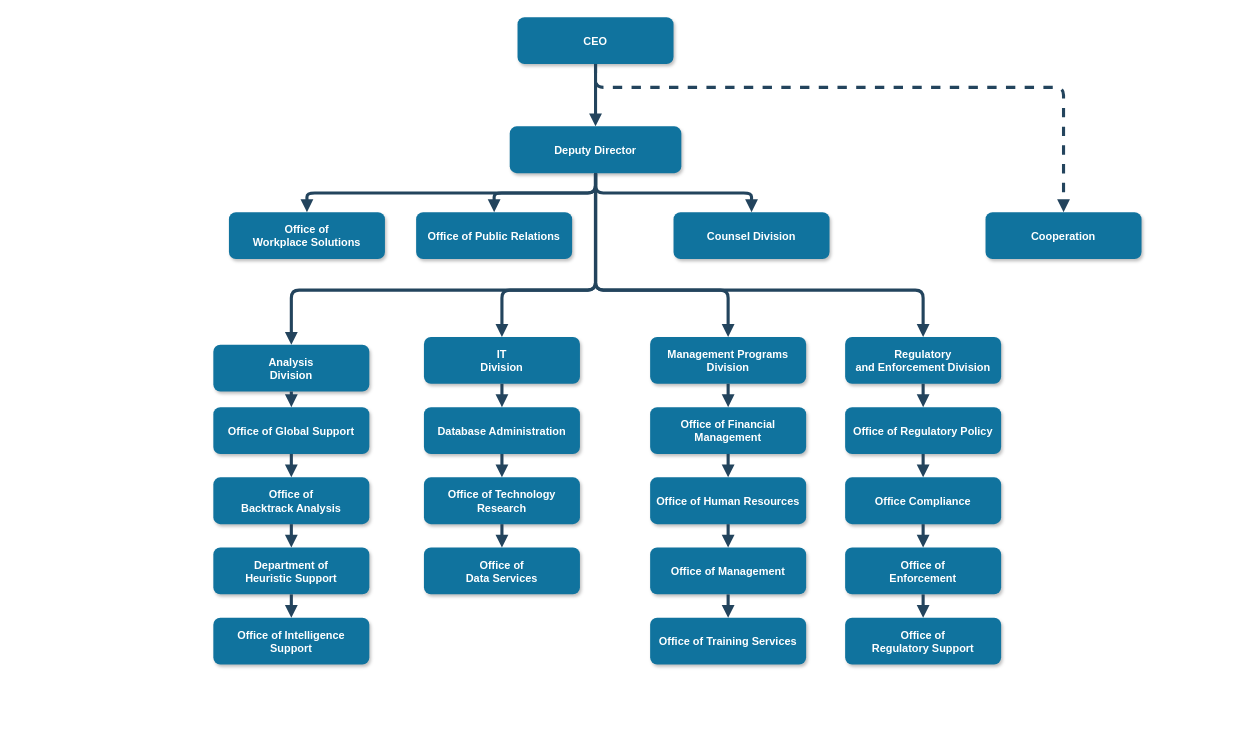
Before: UpdateSO.drawio in matheusschwertz/admin_AKS_azure, a draw.io diagram. Source tidied: cells renumbered, new cells numbered last; positions are measured from the earlier drawing's top-left corner, leaving out a move shared by most shapes. Both pictures are drawn from the tidied source at 78%, with x=0, y=0 at pixel (213, 17).
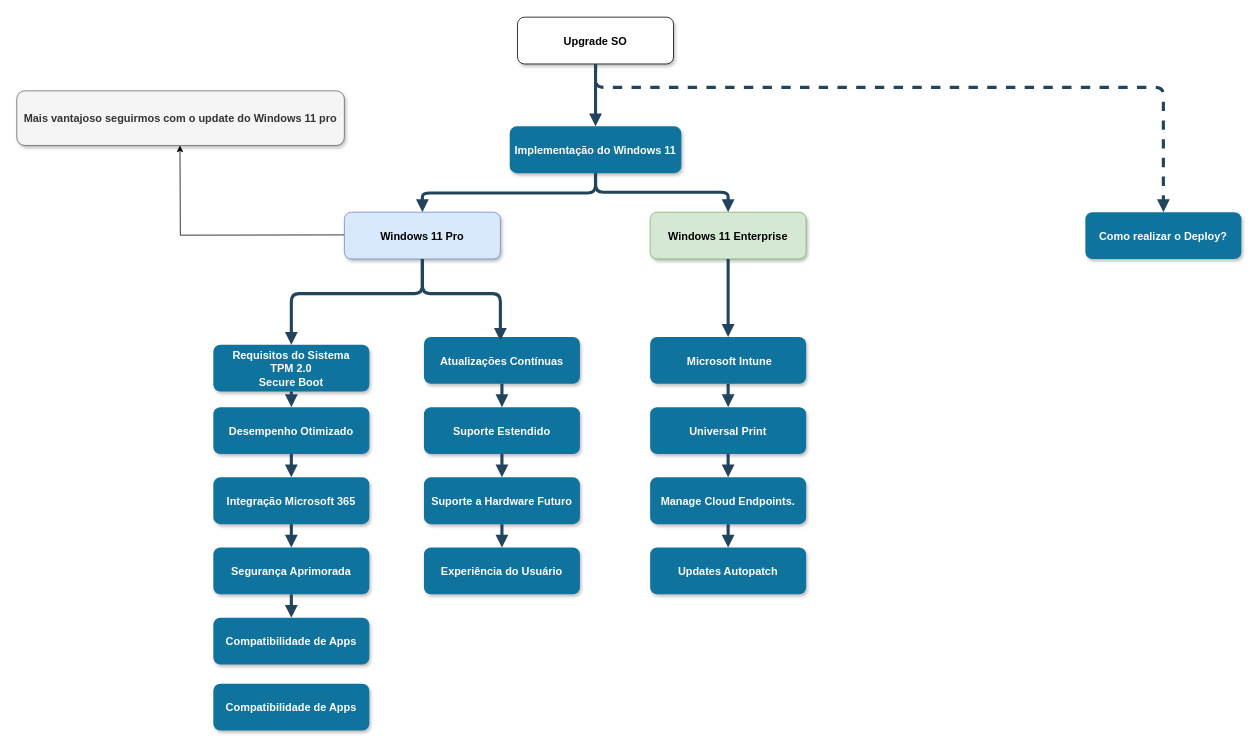
The same diagram, later.

Change to the diagram source:
```diff
@@
-    <mxCell id="2" value="CEO" style="rounded=1;fillColor=#10739E;strokeColor=none;shadow=1;gradientColor=none;fontStyle=1;fontColor=#FFFFFF;fontSize=14;" parent="1" vertex="1">
+    <mxCell id="2" value="Upgrade SO" style="rounded=1;shadow=1;fontStyle=1;fontSize=14;" parent="1" vertex="1">
       <mxGeometry x="390" y="-0.5" width="200" height="60" as="geometry" />
     </mxCell>
-    <mxCell id="3" value="Deputy Director" style="rounded=1;fillColor=#10739E;strokeColor=none;shadow=1;gradientColor=none;fontStyle=1;fontColor=#FFFFFF;fontSize=14;" parent="1" vertex="1">
+    <mxCell id="3" value="Implementação do Windows 11" style="rounded=1;fillColor=#10739E;strokeColor=none;shadow=1;gradientColor=none;fontStyle=1;fontColor=#FFFFFF;fontSize=14;" parent="1" vertex="1">
       <mxGeometry x="380" y="139.5" width="220" height="60" as="geometry" />
     </mxCell>
+    <mxCell id="51" style="edgeStyle=orthogonalEdgeStyle;rounded=0;orthogonalLoop=1;jettySize=auto;html=1;entryX=0.279;entryY=1.006;entryDx=0;entryDy=0;entryPerimeter=0;" parent="1" edge="1">
+      <mxGeometry relative="1" as="geometry">
+        <mxPoint x="270" y="278.5" as="sourcePoint" />
+        <mxPoint x="-42.8" y="164" as="targetPoint" />
+      </mxGeometry>
+    </mxCell>
-    <mxCell id="4" value="Office of &#10;Workplace Solutions" style="rounded=1;fillColor=#10739E;strokeColor=none;shadow=1;gradientColor=none;fontStyle=1;fontColor=#FFFFFF;fontSize=14;" parent="1" vertex="1">
-      <mxGeometry x="20" y="249.5" width="200" height="60" as="geometry" />
+    <mxCell id="4" value="Windows 11 Pro" style="rounded=1;fillColor=#dae8fc;strokeColor=#6c8ebf;shadow=1;fontStyle=1;fontSize=14;" parent="1" vertex="1">
+      <mxGeometry x="168" y="249.5" width="200" height="60" as="geometry" />
     </mxCell>
-    <mxCell id="5" value="Office of Public Relations" style="rounded=1;fillColor=#10739E;strokeColor=none;shadow=1;gradientColor=none;fontStyle=1;fontColor=#FFFFFF;fontSize=14;" parent="1" vertex="1">
-      <mxGeometry x="260" y="249.5" width="200" height="60" as="geometry" />
-    </mxCell>
-    <mxCell id="6" value="Counsel Division" style="rounded=1;fillColor=#10739E;strokeColor=none;shadow=1;gradientColor=none;fontStyle=1;fontColor=#FFFFFF;fontSize=14;" parent="1" vertex="1">
-      <mxGeometry x="590" y="249.5" width="200" height="60" as="geometry" />
+    <mxCell id="6" value="Windows 11 Enterprise" style="rounded=1;fillColor=#d5e8d4;strokeColor=#82b366;shadow=1;fontStyle=1;fontSize=14;" parent="1" vertex="1">
+      <mxGeometry x="560" y="249.5" width="200" height="60" as="geometry" />
     </mxCell>
-    <mxCell id="7" value="Cooperation" style="rounded=1;fillColor=#10739E;strokeColor=none;shadow=1;gradientColor=none;fontStyle=1;fontColor=#FFFFFF;fontSize=14;" parent="1" vertex="1">
-      <mxGeometry x="990" y="249.5" width="200" height="60" as="geometry" />
+    <mxCell id="7" value="Como realizar o Deploy?" style="rounded=1;fillColor=#10739E;strokeColor=none;shadow=1;gradientColor=none;fontStyle=1;fontColor=#FFFFFF;fontSize=14;" parent="1" vertex="1">
+      <mxGeometry x="1118" y="249.5" width="200" height="60" as="geometry" />
     </mxCell>
-    <mxCell id="8" value="Analysis &#10;Division" style="rounded=1;fillColor=#10739E;strokeColor=none;shadow=1;gradientColor=none;fontStyle=1;fontColor=#FFFFFF;fontSize=14;" parent="1" vertex="1">
+    <mxCell id="8" value="Requisitos do Sistema&#10;TPM 2.0&#10;Secure Boot" style="rounded=1;fillColor=#10739E;strokeColor=none;shadow=1;gradientColor=none;fontStyle=1;fontColor=#FFFFFF;fontSize=14;" parent="1" vertex="1">
       <mxGeometry y="419.5" width="200" height="60" as="geometry" />
     </mxCell>
-    <mxCell id="9" value="Office of Global Support" style="rounded=1;fillColor=#10739E;strokeColor=none;shadow=1;gradientColor=none;fontStyle=1;fontColor=#FFFFFF;fontSize=14;" parent="1" vertex="1">
+    <mxCell id="9" value="Desempenho Otimizado" style="rounded=1;fillColor=#10739E;strokeColor=none;shadow=1;gradientColor=none;fontStyle=1;fontColor=#FFFFFF;fontSize=14;" parent="1" vertex="1">
       <mxGeometry y="499.5" width="200" height="60" as="geometry" />
     </mxCell>
-    <mxCell id="10" value="Office of &#10;Backtrack Analysis" style="rounded=1;fillColor=#10739E;strokeColor=none;shadow=1;gradientColor=none;fontStyle=1;fontColor=#FFFFFF;fontSize=14;" parent="1" vertex="1">
+    <mxCell id="10" value="Integração Microsoft 365" style="rounded=1;fillColor=#10739E;strokeColor=none;shadow=1;gradientColor=none;fontStyle=1;fontColor=#FFFFFF;fontSize=14;" parent="1" vertex="1">
       <mxGeometry y="589.5" width="200" height="60" as="geometry" />
     </mxCell>
-    <mxCell id="11" value="Department of &#10;Heuristic Support" style="rounded=1;fillColor=#10739E;strokeColor=none;shadow=1;gradientColor=none;fontStyle=1;fontColor=#FFFFFF;fontSize=14;" parent="1" vertex="1">
+    <mxCell id="11" value="Segurança Aprimorada" style="rounded=1;fillColor=#10739E;strokeColor=none;shadow=1;gradientColor=none;fontStyle=1;fontColor=#FFFFFF;fontSize=14;" parent="1" vertex="1">
       <mxGeometry y="679.5" width="200" height="60" as="geometry" />
     </mxCell>
-    <mxCell id="12" value="Office of Intelligence &#10;Support" style="rounded=1;fillColor=#10739E;strokeColor=none;shadow=1;gradientColor=none;fontStyle=1;fontColor=#FFFFFF;fontSize=14;" parent="1" vertex="1">
+    <mxCell id="12" value="Compatibilidade de Apps" style="rounded=1;fillColor=#10739E;strokeColor=none;shadow=1;gradientColor=none;fontStyle=1;fontColor=#FFFFFF;fontSize=14;" parent="1" vertex="1">
       <mxGeometry y="769.5" width="200" height="60" as="geometry" />
     </mxCell>
-    <mxCell id="13" value="IT&#10;Division" style="rounded=1;fillColor=#10739E;strokeColor=none;shadow=1;gradientColor=none;fontStyle=1;fontColor=#FFFFFF;fontSize=14;" parent="1" vertex="1">
+    <mxCell id="13" value="Atualizações Contínuas" style="rounded=1;fillColor=#10739E;strokeColor=none;shadow=1;gradientColor=none;fontStyle=1;fontColor=#FFFFFF;fontSize=14;" parent="1" vertex="1">
       <mxGeometry x="270" y="409.5" width="200" height="60" as="geometry" />
     </mxCell>
-    <mxCell id="14" value="Database Administration" style="rounded=1;fillColor=#10739E;strokeColor=none;shadow=1;gradientColor=none;fontStyle=1;fontColor=#FFFFFF;fontSize=14;" parent="1" vertex="1">
+    <mxCell id="14" value="Suporte Estendido" style="rounded=1;fillColor=#10739E;strokeColor=none;shadow=1;gradientColor=none;fontStyle=1;fontColor=#FFFFFF;fontSize=14;" parent="1" vertex="1">
       <mxGeometry x="270" y="499.5" width="200" height="60" as="geometry" />
     </mxCell>
-    <mxCell id="15" value="Office of Technology &#10;Research" style="rounded=1;fillColor=#10739E;strokeColor=none;shadow=1;gradientColor=none;fontStyle=1;fontColor=#FFFFFF;fontSize=14;" parent="1" vertex="1">
+    <mxCell id="15" value="Suporte a Hardware Futuro" style="rounded=1;fillColor=#10739E;strokeColor=none;shadow=1;gradientColor=none;fontStyle=1;fontColor=#FFFFFF;fontSize=14;" parent="1" vertex="1">
       <mxGeometry x="270" y="589.5" width="200" height="60" as="geometry" />
     </mxCell>
-    <mxCell id="16" value="Office of&#10;Data Services" style="rounded=1;fillColor=#10739E;strokeColor=none;shadow=1;gradientColor=none;fontStyle=1;fontColor=#FFFFFF;fontSize=14;" parent="1" vertex="1">
+    <mxCell id="16" value="Experiência do Usuário" style="rounded=1;fillColor=#10739E;strokeColor=none;shadow=1;gradientColor=none;fontStyle=1;fontColor=#FFFFFF;fontSize=14;" parent="1" vertex="1">
       <mxGeometry x="270" y="679.5" width="200" height="60" as="geometry" />
     </mxCell>
-    <mxCell id="17" value="Management Programs &#10;Division" style="rounded=1;fillColor=#10739E;strokeColor=none;shadow=1;gradientColor=none;fontStyle=1;fontColor=#FFFFFF;fontSize=14;" parent="1" vertex="1">
+    <mxCell id="17" value=" Microsoft Intune" style="rounded=1;fillColor=#10739E;strokeColor=none;shadow=1;gradientColor=none;fontStyle=1;fontColor=#FFFFFF;fontSize=14;" parent="1" vertex="1">
       <mxGeometry x="560" y="409.5" width="200" height="60" as="geometry" />
     </mxCell>
-    <mxCell id="18" value="Office of Financial &#10;Management" style="rounded=1;fillColor=#10739E;strokeColor=none;shadow=1;gradientColor=none;fontStyle=1;fontColor=#FFFFFF;fontSize=14;" parent="1" vertex="1">
+    <mxCell id="18" value="Universal Print" style="rounded=1;fillColor=#10739E;strokeColor=none;shadow=1;gradientColor=none;fontStyle=1;fontColor=#FFFFFF;fontSize=14;" parent="1" vertex="1">
       <mxGeometry x="560" y="499.5" width="200" height="60" as="geometry" />
     </mxCell>
-    <mxCell id="19" value="Office of Human Resources" style="rounded=1;fillColor=#10739E;strokeColor=none;shadow=1;gradientColor=none;fontStyle=1;fontColor=#FFFFFF;fontSize=14;" parent="1" vertex="1">
+    <mxCell id="19" value="Manage Cloud Endpoints." style="rounded=1;fillColor=#10739E;strokeColor=none;shadow=1;gradientColor=none;fontStyle=1;fontColor=#FFFFFF;fontSize=14;" parent="1" vertex="1">
       <mxGeometry x="560" y="589.5" width="200" height="60" as="geometry" />
     </mxCell>
-    <mxCell id="20" value="Office of Management " style="rounded=1;fillColor=#10739E;strokeColor=none;shadow=1;gradientColor=none;fontStyle=1;fontColor=#FFFFFF;fontSize=14;" parent="1" vertex="1">
+    <mxCell id="20" value="Updates Autopatch" style="rounded=1;fillColor=#10739E;strokeColor=none;shadow=1;gradientColor=none;fontStyle=1;fontColor=#FFFFFF;fontSize=14;" parent="1" vertex="1">
       <mxGeometry x="560" y="679.5" width="200" height="60" as="geometry" />
     </mxCell>
-    <mxCell id="21" value="Office of Training Services" style="rounded=1;fillColor=#10739E;strokeColor=none;shadow=1;gradientColor=none;fontStyle=1;fontColor=#FFFFFF;fontSize=14;" parent="1" vertex="1">
-      <mxGeometry x="560" y="769.5" width="200" height="60" as="geometry" />
-    </mxCell>
-    <mxCell id="22" value="Regulatory &#10;and Enforcement Division" style="rounded=1;fillColor=#10739E;strokeColor=none;shadow=1;gradientColor=none;fontStyle=1;fontColor=#FFFFFF;fontSize=14;" parent="1" vertex="1">
-      <mxGeometry x="810" y="409.5" width="200" height="60" as="geometry" />
-    </mxCell>
-    <mxCell id="23" value="Office of Regulatory Policy" style="rounded=1;fillColor=#10739E;strokeColor=none;shadow=1;gradientColor=none;fontStyle=1;fontColor=#FFFFFF;fontSize=14;" parent="1" vertex="1">
-      <mxGeometry x="810" y="499.5" width="200" height="60" as="geometry" />
-    </mxCell>
-    <mxCell id="24" value="Office Compliance" style="rounded=1;fillColor=#10739E;strokeColor=none;shadow=1;gradientColor=none;fontStyle=1;fontColor=#FFFFFF;fontSize=14;" parent="1" vertex="1">
-      <mxGeometry x="810" y="589.5" width="200" height="60" as="geometry" />
-    </mxCell>
-    <mxCell id="25" value="Office of &#10;Enforcement" style="rounded=1;fillColor=#10739E;strokeColor=none;shadow=1;gradientColor=none;fontStyle=1;fontColor=#FFFFFF;fontSize=14;" parent="1" vertex="1">
-      <mxGeometry x="810" y="679.5" width="200" height="60" as="geometry" />
-    </mxCell>
-    <mxCell id="26" value="Office of&#10; Regulatory Support" style="rounded=1;fillColor=#10739E;strokeColor=none;shadow=1;gradientColor=none;fontStyle=1;fontColor=#FFFFFF;fontSize=14;" parent="1" vertex="1">
-      <mxGeometry x="810" y="769.5" width="200" height="60" as="geometry" />
-    </mxCell>
@@
-    <mxCell id="28" style="edgeStyle=elbowEdgeStyle;elbow=vertical;strokeWidth=4;endArrow=block;endFill=1;fontStyle=1;strokeColor=#23445D;" parent="1" edge="1" source="3" target="5">
-      <mxGeometry x="22" y="165.5" as="geometry" />
-    </mxCell>
@@
-    <mxCell id="30" style="edgeStyle=elbowEdgeStyle;elbow=vertical;strokeWidth=4;endArrow=block;endFill=1;fontStyle=1;strokeColor=#23445D;" parent="1" edge="1" source="3" target="6">
-      <mxGeometry x="22" y="165.5" as="geometry" />
+    <mxCell id="30" style="edgeStyle=elbowEdgeStyle;elbow=vertical;strokeWidth=4;endArrow=block;endFill=1;fontStyle=1;strokeColor=#23445D;exitX=0.5;exitY=1;exitDx=0;exitDy=0;entryX=0.5;entryY=0;entryDx=0;entryDy=0;" parent="1" edge="1" source="3" target="6">
+      <mxGeometry x="22" y="165.5" as="geometry">
+        <Array as="points">
+          <mxPoint x="598" y="224" />
+        </Array>
+      </mxGeometry>
     </mxCell>
@@
-    <mxCell id="32" style="edgeStyle=elbowEdgeStyle;elbow=vertical;strokeWidth=4;endArrow=block;endFill=1;fontStyle=1;strokeColor=#23445D;" parent="1" edge="1" source="3" target="8">
+    <mxCell id="32" style="edgeStyle=elbowEdgeStyle;elbow=vertical;strokeWidth=4;endArrow=block;endFill=1;fontStyle=1;strokeColor=#23445D;exitX=0.5;exitY=1;exitDx=0;exitDy=0;entryX=0.5;entryY=0;entryDx=0;entryDy=0;" parent="1" edge="1" source="4" target="8">
       <mxGeometry x="22" y="165.5" as="geometry">
         <Array as="points">
-          <mxPoint x="270" y="349.5" />
+          <mxPoint x="188" y="354" />
         </Array>
       </mxGeometry>
     </mxCell>
-    <mxCell id="33" style="edgeStyle=elbowEdgeStyle;elbow=vertical;strokeWidth=4;endArrow=block;endFill=1;fontStyle=1;strokeColor=#23445D;" parent="1" edge="1" source="3" target="22">
-      <mxGeometry x="22" y="165.5" as="geometry">
-        <Array as="points">
-          <mxPoint x="690" y="349.5" />
-        </Array>
-      </mxGeometry>
-    </mxCell>
@@
-    <mxCell id="44" style="edgeStyle=elbowEdgeStyle;elbow=vertical;strokeWidth=4;endArrow=block;endFill=1;fontStyle=1;strokeColor=#23445D;" parent="1" edge="1" source="20" target="21">
-      <mxGeometry x="72" y="195.5" as="geometry" />
-    </mxCell>
-    <mxCell id="45" style="edgeStyle=elbowEdgeStyle;elbow=vertical;strokeWidth=4;endArrow=block;endFill=1;fontStyle=1;strokeColor=#23445D;" parent="1" edge="1" source="22" target="23">
-      <mxGeometry x="72" y="165.5" as="geometry" />
-    </mxCell>
-    <mxCell id="46" style="edgeStyle=elbowEdgeStyle;elbow=vertical;strokeWidth=4;endArrow=block;endFill=1;fontStyle=1;strokeColor=#23445D;" parent="1" edge="1" source="23" target="24">
-      <mxGeometry x="72" y="175.5" as="geometry" />
-    </mxCell>
-    <mxCell id="47" style="edgeStyle=elbowEdgeStyle;elbow=vertical;strokeWidth=4;endArrow=block;endFill=1;fontStyle=1;strokeColor=#23445D;" parent="1" edge="1" source="24" target="25">
-      <mxGeometry x="72" y="185.5" as="geometry" />
-    </mxCell>
-    <mxCell id="48" style="edgeStyle=elbowEdgeStyle;elbow=vertical;strokeWidth=4;endArrow=block;endFill=1;fontStyle=1;strokeColor=#23445D;" parent="1" edge="1" source="25" target="26">
-      <mxGeometry x="72" y="195.5" as="geometry" />
-    </mxCell>
-    <mxCell id="49" style="edgeStyle=elbowEdgeStyle;elbow=vertical;strokeWidth=4;endArrow=block;endFill=1;fontStyle=1;strokeColor=#23445D;" parent="1" edge="1" source="3" target="13">
+    <mxCell id="49" style="edgeStyle=elbowEdgeStyle;elbow=vertical;strokeWidth=4;endArrow=block;endFill=1;fontStyle=1;strokeColor=#23445D;exitX=0.5;exitY=1;exitDx=0;exitDy=0;" parent="1" edge="1" source="4">
       <mxGeometry x="22" y="165.5" as="geometry">
+        <mxPoint x="368" y="414.5" as="targetPoint" />
         <Array as="points">
-          <mxPoint x="370" y="349.5" />
+          <mxPoint x="318" y="354" />
+          <mxPoint x="318" y="344" />
+          <mxPoint x="428" y="339" />
         </Array>
       </mxGeometry>
     </mxCell>
-    <mxCell id="50" style="edgeStyle=elbowEdgeStyle;elbow=vertical;strokeWidth=4;endArrow=block;endFill=1;fontStyle=1;strokeColor=#23445D;" parent="1" edge="1" source="3" target="17">
+    <mxCell id="50" style="edgeStyle=elbowEdgeStyle;elbow=vertical;strokeWidth=4;endArrow=block;endFill=1;fontStyle=1;strokeColor=#23445D;exitX=0.5;exitY=1;exitDx=0;exitDy=0;" parent="1" edge="1" source="6" target="17">
       <mxGeometry x="22" y="165.5" as="geometry">
         <Array as="points">
           <mxPoint x="660" y="349.5" />
         </Array>
       </mxGeometry>
     </mxCell>
+    <mxCell id="52" value="Compatibilidade de Apps" style="rounded=1;fillColor=#10739E;strokeColor=none;shadow=1;gradientColor=none;fontStyle=1;fontColor=#FFFFFF;fontSize=14;" parent="1" vertex="1">
+      <mxGeometry y="854" width="200" height="60" as="geometry" />
+    </mxCell>
+    <mxCell id="53" value="Mais vantajoso seguirmos com o update do Windows 11 pro" style="rounded=1;fillColor=#f5f5f5;strokeColor=#666666;shadow=1;fontStyle=1;fontSize=14;align=center;fontColor=#333333;verticalAlign=middle;fontFamily=Helvetica;labelBackgroundColor=none;labelBorderColor=none;html=1;whiteSpace=wrap;" parent="1" vertex="1">
+      <mxGeometry x="-252" y="94" width="420" height="70" as="geometry" />
+    </mxCell>
```
